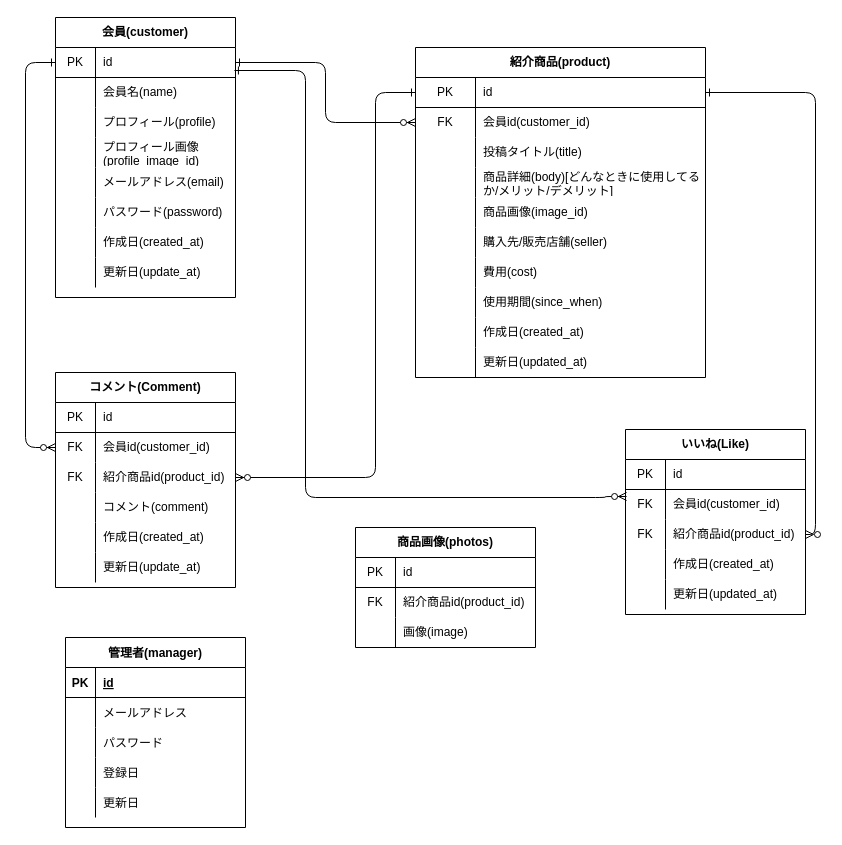
The draw.io diagram 名称未設定ファイル.drawio in couplee/cake, before the edit. Source tidied: cells renumbered, new cells numbered last; positions are measured from the earlier drawing's top-left corner, leaving out a move shared by most shapes. Both pictures are drawn from the tidied source at 100%, with x=0, y=0 at pixel (25, 17).
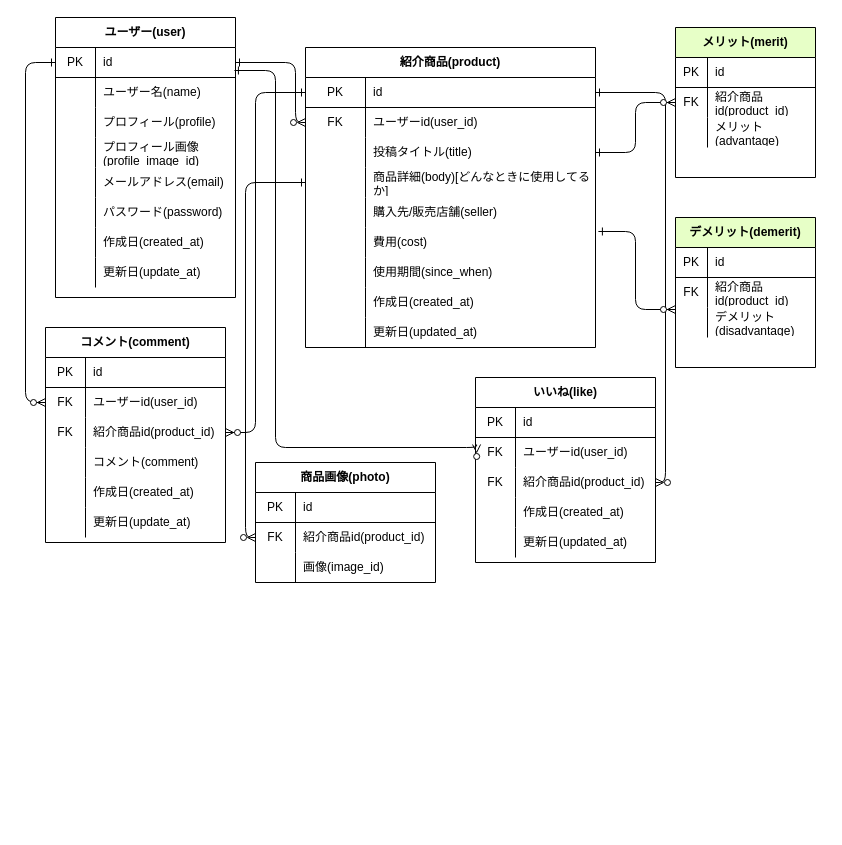
After the change.

Commit message:
名称未設定ファイル.drawio を更新します

The change refers to these unchanged cells:
```xml
<mxCell id="3" style="shape=partialRectangle;html=1;whiteSpace=wrap;fillColor=none;top=0;left=0;bottom=1;right=0;points=[[0,0.5],[1,0.5]];portConstraint=eastwest;" parent="2" vertex="1">
  <mxGeometry y="30" width="180" height="30" as="geometry" />
</mxCell>
<mxCell id="6" style="shape=partialRectangle;html=1;whiteSpace=wrap;fillColor=none;top=0;left=0;bottom=0;right=0;" parent="2" vertex="1">
  <mxGeometry y="60" width="180" height="30" as="geometry" />
</mxCell>
<mxCell id="28" style="shape=partialRectangle;html=1;whiteSpace=wrap;fillColor=none;top=0;left=0;bottom=1;right=0;points=[[0,0.5],[1,0.5]];portConstraint=eastwest;" parent="27" vertex="1">
  <mxGeometry y="30" width="290" height="30" as="geometry" />
</mxCell>
<mxCell id="31" style="shape=partialRectangle;html=1;whiteSpace=wrap;fillColor=none;top=0;left=0;bottom=0;right=0;points=[[0,0.5],[1,0.5]];portConstraint=eastwest;" parent="27" vertex="1">
  <mxGeometry y="60" width="290" height="30" as="geometry" />
</mxCell>
<mxCell id="34" style="shape=partialRectangle;html=1;whiteSpace=wrap;fillColor=none;top=0;left=0;bottom=0;right=0;points=[[0,0.5],[1,0.5]];portConstraint=eastwest;" parent="27" vertex="1">
  <mxGeometry y="90" width="290" height="30" as="geometry" />
</mxCell>
<mxCell id="37" style="shape=partialRectangle;html=1;whiteSpace=wrap;fillColor=none;top=0;left=0;bottom=0;right=0;points=[[0,0.5],[1,0.5]];portConstraint=eastwest;" parent="27" vertex="1">
  <mxGeometry y="120" width="290" height="30" as="geometry" />
</mxCell>
<mxCell id="79" style="shape=partialRectangle;html=1;whiteSpace=wrap;fillColor=none;top=0;left=0;bottom=0;right=0;points=[[0,0.5],[1,0.5]];portConstraint=eastwest;" parent="75" vertex="1">
  <mxGeometry y="60" width="180" height="30" as="geometry" />
</mxCell>
<mxCell id="82" style="shape=partialRectangle;html=1;whiteSpace=wrap;fillColor=none;top=0;left=0;bottom=0;right=0;points=[[0,0.5],[1,0.5]];portConstraint=eastwest;" parent="75" vertex="1">
  <mxGeometry y="90" width="180" height="30" as="geometry" />
</mxCell>
<mxCell id="100" style="shape=partialRectangle;html=1;whiteSpace=wrap;fillColor=none;top=0;left=0;bottom=0;right=0;points=[[0,0.5],[1,0.5]];portConstraint=eastwest;" parent="96" vertex="1">
  <mxGeometry y="60" width="180" height="30" as="geometry" />
</mxCell>
<mxCell id="118" style="shape=partialRectangle;html=1;whiteSpace=wrap;fillColor=none;top=0;left=0;bottom=0;right=0;points=[[0,0.5],[1,0.5]];portConstraint=eastwest;" parent="114" vertex="1">
  <mxGeometry y="60" width="180" height="30" as="geometry" />
</mxCell>
<mxCell id="121" style="shape=partialRectangle;html=1;whiteSpace=wrap;fillColor=none;top=0;left=0;bottom=0;right=0;" parent="114" vertex="1">
  <mxGeometry y="90" width="180" height="30" as="geometry" />
</mxCell>
```

Change to the diagram source:
```diff
@@
-    <mxCell id="2" value="会員(customer)" style="shape=table;html=1;whiteSpace=wrap;startSize=30;childLayout=tableLayout;rowLines=0;fontStyle=1;align=center;" parent="1" vertex="1">
+    <mxCell id="2" value="ユーザー(user)" style="shape=table;html=1;whiteSpace=wrap;startSize=30;childLayout=tableLayout;rowLines=0;fontStyle=1;align=center;" parent="1" vertex="1">
       <mxGeometry x="30" width="180" height="280" as="geometry" />
     </mxCell>
@@
-    <mxCell id="8" value="会員名(name)" style="shape=partialRectangle;html=1;whiteSpace=wrap;fillColor=none;top=0;left=0;bottom=0;right=0;align=left;spacingLeft=6;overflow=hidden;" parent="6" vertex="1">
+    <mxCell id="8" value="ユーザー名(name)" style="shape=partialRectangle;html=1;whiteSpace=wrap;fillColor=none;top=0;left=0;bottom=0;right=0;align=left;spacingLeft=6;overflow=hidden;" parent="6" vertex="1">
       <mxGeometry x="40" width="140" height="30" as="geometry" />
     </mxCell>
@@
     <mxCell id="27" value="紹介商品(product)" style="shape=table;html=1;whiteSpace=wrap;startSize=30;childLayout=tableLayout;rowLines=0;fontStyle=1;align=center;" parent="1" vertex="1">
-      <mxGeometry x="390" y="30" width="290" height="330" as="geometry" />
+      <mxGeometry x="280" y="30" width="290" height="300" as="geometry" />
     </mxCell>
@@
-    <mxCell id="33" value="会員id(customer_id)" style="shape=partialRectangle;html=1;whiteSpace=wrap;fillColor=none;top=0;left=0;bottom=0;right=0;align=left;spacingLeft=6;overflow=hidden;" parent="31" vertex="1">
+    <mxCell id="33" value="ユーザーid(user_id)" style="shape=partialRectangle;html=1;whiteSpace=wrap;fillColor=none;top=0;left=0;bottom=0;right=0;align=left;spacingLeft=6;overflow=hidden;" parent="31" vertex="1">
       <mxGeometry x="60" width="230" height="30" as="geometry" />
     </mxCell>
@@
-    <mxCell id="39" value="商品詳細(body)[どんなときに使用してるか/メリット/デメリット]" style="shape=partialRectangle;html=1;whiteSpace=wrap;fillColor=none;top=0;left=0;bottom=0;right=0;align=left;spacingLeft=6;overflow=hidden;" parent="37" vertex="1">
+    <mxCell id="39" value="商品詳細(body)[どんなときに使用してるか]" style="shape=partialRectangle;html=1;whiteSpace=wrap;fillColor=none;top=0;left=0;bottom=0;right=0;align=left;spacingLeft=6;overflow=hidden;" parent="37" vertex="1">
       <mxGeometry x="60" width="230" height="30" as="geometry" />
     </mxCell>
-    <mxCell id="40" style="shape=partialRectangle;html=1;whiteSpace=wrap;fillColor=none;top=0;left=0;bottom=0;right=0;" parent="27" vertex="1">
-      <mxGeometry y="150" width="290" height="30" as="geometry" />
-    </mxCell>
-    <mxCell id="41" style="shape=partialRectangle;html=1;whiteSpace=wrap;fillColor=none;top=0;left=0;bottom=0;right=0;overflow=hidden;" parent="40" vertex="1">
-      <mxGeometry width="60" height="30" as="geometry" />
-    </mxCell>
-    <mxCell id="42" value="商品画像(image_id)" style="shape=partialRectangle;html=1;whiteSpace=wrap;fillColor=none;top=0;left=0;bottom=0;right=0;align=left;spacingLeft=6;overflow=hidden;" parent="40" vertex="1">
-      <mxGeometry x="60" width="230" height="30" as="geometry" />
-    </mxCell>
     <mxCell id="43" style="shape=partialRectangle;html=1;whiteSpace=wrap;fillColor=none;top=0;left=0;bottom=0;right=0;" parent="27" vertex="1">
-      <mxGeometry y="180" width="290" height="30" as="geometry" />
+      <mxGeometry y="150" width="290" height="30" as="geometry" />
     </mxCell>
@@
     <mxCell id="46" style="shape=partialRectangle;html=1;whiteSpace=wrap;fillColor=none;top=0;left=0;bottom=0;right=0;points=[[0,0.5],[1,0.5]];portConstraint=eastwest;" parent="27" vertex="1">
-      <mxGeometry y="210" width="290" height="30" as="geometry" />
+      <mxGeometry y="180" width="290" height="30" as="geometry" />
     </mxCell>
@@
     <mxCell id="49" style="shape=partialRectangle;html=1;whiteSpace=wrap;fillColor=none;top=0;left=0;bottom=0;right=0;" parent="27" vertex="1">
-      <mxGeometry y="240" width="290" height="30" as="geometry" />
+      <mxGeometry y="210" width="290" height="30" as="geometry" />
     </mxCell>
@@
     <mxCell id="52" style="shape=partialRectangle;html=1;whiteSpace=wrap;fillColor=none;top=0;left=0;bottom=0;right=0;" parent="27" vertex="1">
-      <mxGeometry y="270" width="290" height="30" as="geometry" />
+      <mxGeometry y="240" width="290" height="30" as="geometry" />
     </mxCell>
@@
     <mxCell id="55" style="shape=partialRectangle;html=1;whiteSpace=wrap;fillColor=none;top=0;left=0;bottom=0;right=0;" parent="27" vertex="1">
-      <mxGeometry y="300" width="290" height="30" as="geometry" />
+      <mxGeometry y="270" width="290" height="30" as="geometry" />
     </mxCell>
@@
     <mxCell id="58" style="endArrow=ERzeroToMany;html=1;exitX=1;exitY=0.5;exitDx=0;exitDy=0;edgeStyle=orthogonalEdgeStyle;startArrow=ERone;startFill=0;endFill=1;" parent="1" edge="1" source="3" target="31">
       <mxGeometry relative="1" as="geometry">
         <Array as="points">
-          <mxPoint x="300" y="45" />
-          <mxPoint x="300" y="105" />
+          <mxPoint x="270" y="45" />
+          <mxPoint x="270" y="105" />
         </Array>
       </mxGeometry>
     </mxCell>
-    <mxCell id="59" value="管理者(manager)" style="shape=table;startSize=30;childLayout=tableLayout;rowLines=0;fontStyle=1;align=center;shadow=0;" parent="1" vertex="1">
-      <mxGeometry x="40" y="620" width="180" height="190" as="geometry" />
-    </mxCell>
-    <mxCell id="60" style="shape=partialRectangle;fillColor=none;top=0;left=0;bottom=1;right=0;" parent="59" vertex="1">
-      <mxGeometry y="30" width="180" height="30" as="geometry" />
-    </mxCell>
-    <mxCell id="61" value="PK" style="shape=partialRectangle;fillColor=none;top=0;left=0;bottom=0;right=0;fontStyle=1;overflow=hidden;" parent="60" vertex="1">
-      <mxGeometry width="30" height="30" as="geometry" />
-    </mxCell>
-    <mxCell id="62" value="id" style="shape=partialRectangle;fillColor=none;top=0;left=0;bottom=0;right=0;align=left;spacingLeft=6;fontStyle=5;overflow=hidden;" parent="60" vertex="1">
-      <mxGeometry x="30" width="150" height="30" as="geometry" />
-    </mxCell>
-    <mxCell id="63" style="shape=partialRectangle;fillColor=none;top=0;left=0;bottom=0;right=0;" parent="59" vertex="1">
-      <mxGeometry y="60" width="180" height="30" as="geometry" />
-    </mxCell>
-    <mxCell id="64" style="shape=partialRectangle;fillColor=none;top=0;left=0;bottom=0;right=0;overflow=hidden;" parent="63" vertex="1">
-      <mxGeometry width="30" height="30" as="geometry" />
-    </mxCell>
-    <mxCell id="65" value="メールアドレス" style="shape=partialRectangle;top=0;left=0;bottom=0;right=0;align=left;spacingLeft=6;overflow=hidden;strokeColor=#b85450;fontStyle=0;fillColor=none;" parent="63" vertex="1">
-      <mxGeometry x="30" width="150" height="30" as="geometry" />
-    </mxCell>
-    <mxCell id="66" style="shape=partialRectangle;fillColor=none;top=0;left=0;bottom=0;right=0;" parent="59" vertex="1">
-      <mxGeometry y="90" width="180" height="30" as="geometry" />
-    </mxCell>
-    <mxCell id="67" style="shape=partialRectangle;fillColor=none;top=0;left=0;bottom=0;right=0;overflow=hidden;" parent="66" vertex="1">
-      <mxGeometry width="30" height="30" as="geometry" />
-    </mxCell>
-    <mxCell id="68" value="パスワード" style="shape=partialRectangle;top=0;left=0;bottom=0;right=0;align=left;spacingLeft=6;overflow=hidden;strokeColor=#b85450;fillColor=none;" parent="66" vertex="1">
-      <mxGeometry x="30" width="150" height="30" as="geometry" />
-    </mxCell>
-    <mxCell id="69" style="shape=partialRectangle;fillColor=none;top=0;left=0;bottom=0;right=0;" parent="59" vertex="1">
-      <mxGeometry y="120" width="180" height="30" as="geometry" />
-    </mxCell>
-    <mxCell id="70" style="shape=partialRectangle;fillColor=none;top=0;left=0;bottom=0;right=0;overflow=hidden;" parent="69" vertex="1">
-      <mxGeometry width="30" height="30" as="geometry" />
-    </mxCell>
-    <mxCell id="71" value="登録日" style="shape=partialRectangle;fillColor=none;top=0;left=0;bottom=0;right=0;align=left;spacingLeft=6;overflow=hidden;" parent="69" vertex="1">
-      <mxGeometry x="30" width="150" height="30" as="geometry" />
-    </mxCell>
-    <mxCell id="72" style="shape=partialRectangle;fillColor=none;top=0;left=0;bottom=0;right=0;" parent="59" vertex="1">
-      <mxGeometry y="150" width="180" height="30" as="geometry" />
-    </mxCell>
-    <mxCell id="73" style="shape=partialRectangle;fillColor=none;top=0;left=0;bottom=0;right=0;overflow=hidden;" parent="72" vertex="1">
-      <mxGeometry width="30" height="30" as="geometry" />
-    </mxCell>
-    <mxCell id="74" value="更新日" style="shape=partialRectangle;fillColor=none;top=0;left=0;bottom=0;right=0;align=left;spacingLeft=6;overflow=hidden;" parent="72" vertex="1">
-      <mxGeometry x="30" width="150" height="30" as="geometry" />
-    </mxCell>
-    <mxCell id="75" value="コメント(Comment)" style="shape=table;html=1;whiteSpace=wrap;startSize=30;childLayout=tableLayout;rowLines=0;fontStyle=1;align=center;" parent="1" vertex="1">
-      <mxGeometry x="30" y="355" width="180" height="215" as="geometry" />
+    <mxCell id="75" value="コメント(comment)" style="shape=table;html=1;whiteSpace=wrap;startSize=30;childLayout=tableLayout;rowLines=0;fontStyle=1;align=center;" parent="1" vertex="1">
+      <mxGeometry x="20" y="310" width="180" height="215" as="geometry" />
     </mxCell>
@@
-    <mxCell id="81" value="会員id(customer_id)" style="shape=partialRectangle;html=1;whiteSpace=wrap;fillColor=none;top=0;left=0;bottom=0;right=0;align=left;spacingLeft=6;overflow=hidden;" parent="79" vertex="1">
+    <mxCell id="81" value="ユーザーid(user_id)" style="shape=partialRectangle;html=1;whiteSpace=wrap;fillColor=none;top=0;left=0;bottom=0;right=0;align=left;spacingLeft=6;overflow=hidden;" parent="79" vertex="1">
       <mxGeometry x="40" width="140" height="30" as="geometry" />
     </mxCell>
@@
     <mxCell id="94" style="endArrow=ERzeroToMany;html=1;entryX=0;entryY=0.5;entryDx=0;entryDy=0;edgeStyle=orthogonalEdgeStyle;startArrow=ERone;startFill=0;endFill=1;exitX=0;exitY=0.5;exitDx=0;exitDy=0;" parent="1" edge="1" source="3" target="79">
       <mxGeometry relative="1" as="geometry">
         <Array as="points">
           <mxPoint y="45" />
-          <mxPoint y="430" />
+          <mxPoint y="385" />
         </Array>
       </mxGeometry>
     </mxCell>
     <mxCell id="95" style="endArrow=ERzeroToMany;html=1;exitX=0;exitY=0.5;exitDx=0;exitDy=0;entryX=1;entryY=0.5;entryDx=0;entryDy=0;edgeStyle=orthogonalEdgeStyle;startArrow=ERone;startFill=0;endFill=1;" parent="1" edge="1" source="28" target="82">
       <mxGeometry relative="1" as="geometry">
         <Array as="points">
-          <mxPoint x="350" y="75" />
-          <mxPoint x="350" y="460" />
+          <mxPoint x="230" y="75" />
+          <mxPoint x="230" y="415" />
         </Array>
       </mxGeometry>
     </mxCell>
-    <mxCell id="96" value="いいね(Like)" style="shape=table;html=1;whiteSpace=wrap;startSize=30;childLayout=tableLayout;rowLines=0;fontStyle=1;align=center;" parent="1" vertex="1">
-      <mxGeometry x="600" y="412" width="180" height="185" as="geometry" />
+    <mxCell id="96" value="いいね(like)" style="shape=table;html=1;whiteSpace=wrap;startSize=30;childLayout=tableLayout;rowLines=0;fontStyle=1;align=center;" parent="1" vertex="1">
+      <mxGeometry x="450" y="360" width="180" height="185" as="geometry" />
     </mxCell>
@@
-    <mxCell id="102" value="会員id(customer_id)" style="shape=partialRectangle;html=1;whiteSpace=wrap;fillColor=none;top=0;left=0;bottom=0;right=0;align=left;spacingLeft=6;overflow=hidden;" parent="100" vertex="1">
+    <mxCell id="102" value="ユーザーid(user_id)" style="shape=partialRectangle;html=1;whiteSpace=wrap;fillColor=none;top=0;left=0;bottom=0;right=0;align=left;spacingLeft=6;overflow=hidden;" parent="100" vertex="1">
       <mxGeometry x="40" width="140" height="30" as="geometry" />
     </mxCell>
@@
     <mxCell id="112" style="endArrow=ERzeroToMany;html=1;exitX=0.994;exitY=0.767;exitDx=0;exitDy=0;exitPerimeter=0;edgeStyle=orthogonalEdgeStyle;startArrow=ERone;startFill=0;endFill=1;entryX=0.006;entryY=0.233;entryDx=0;entryDy=0;entryPerimeter=0;" parent="1" edge="1" source="3" target="100">
       <mxGeometry relative="1" as="geometry">
         <Array as="points">
-          <mxPoint x="280" y="53" />
-          <mxPoint x="280" y="480" />
-          <mxPoint x="580" y="480" />
-          <mxPoint x="580" y="479" />
+          <mxPoint x="250" y="53" />
+          <mxPoint x="250" y="430" />
+          <mxPoint x="451" y="430" />
         </Array>
       </mxGeometry>
     </mxCell>
@@
-    <mxCell id="114" value="商品画像(photos)" style="shape=table;html=1;whiteSpace=wrap;startSize=30;childLayout=tableLayout;rowLines=0;fontStyle=1;align=center;" parent="1" vertex="1">
-      <mxGeometry x="330" y="510" width="180" height="120" as="geometry" />
+    <mxCell id="114" value="商品画像(photo)" style="shape=table;html=1;whiteSpace=wrap;startSize=30;childLayout=tableLayout;rowLines=0;fontStyle=1;align=center;" parent="1" vertex="1">
+      <mxGeometry x="230" y="445" width="180" height="120" as="geometry" />
     </mxCell>
@@
-    <mxCell id="123" value="画像(image)" style="shape=partialRectangle;html=1;whiteSpace=wrap;fillColor=none;top=0;left=0;bottom=0;right=0;align=left;spacingLeft=6;overflow=hidden;" parent="121" vertex="1">
+    <mxCell id="123" value="画像(image_id)" style="shape=partialRectangle;html=1;whiteSpace=wrap;fillColor=none;top=0;left=0;bottom=0;right=0;align=left;spacingLeft=6;overflow=hidden;" parent="121" vertex="1">
       <mxGeometry x="40" width="140" height="30" as="geometry" />
     </mxCell>
+    <mxCell id="124" style="endArrow=ERzeroToMany;html=1;exitX=0;exitY=0.5;exitDx=0;exitDy=0;entryX=0;entryY=0.5;entryDx=0;entryDy=0;edgeStyle=orthogonalEdgeStyle;startArrow=ERone;startFill=0;endFill=1;" parent="1" edge="1" source="37" target="118">
+      <mxGeometry relative="1" as="geometry" />
+    </mxCell>
+    <mxCell id="125" value="メリット(merit)" style="shape=table;html=1;whiteSpace=wrap;startSize=30;childLayout=tableLayout;rowLines=0;fontStyle=1;align=center;fillColor=#E7FFC7;" parent="1" vertex="1">
+      <mxGeometry x="650" y="10" width="140" height="150" as="geometry" />
+    </mxCell>
+    <mxCell id="126" style="shape=partialRectangle;html=1;whiteSpace=wrap;fillColor=none;top=0;left=0;bottom=1;right=0;" parent="125" vertex="1">
+      <mxGeometry y="30" width="140" height="30" as="geometry" />
+    </mxCell>
+    <mxCell id="127" value="PK" style="shape=partialRectangle;html=1;whiteSpace=wrap;fillColor=none;top=0;left=0;bottom=0;right=0;overflow=hidden;" parent="126" vertex="1">
+      <mxGeometry width="32" height="30" as="geometry" />
+    </mxCell>
+    <mxCell id="128" value="id" style="shape=partialRectangle;html=1;whiteSpace=wrap;fillColor=none;top=0;left=0;bottom=0;right=0;align=left;spacingLeft=6;overflow=hidden;" parent="126" vertex="1">
+      <mxGeometry x="32" width="108" height="30" as="geometry" />
+    </mxCell>
+    <mxCell id="129" style="shape=partialRectangle;html=1;whiteSpace=wrap;fillColor=none;top=0;left=0;bottom=0;right=0;points=[[0,0.5],[1,0.5]];portConstraint=eastwest;" parent="125" vertex="1">
+      <mxGeometry y="60" width="140" height="30" as="geometry" />
+    </mxCell>
+    <mxCell id="130" value="FK" style="shape=partialRectangle;html=1;whiteSpace=wrap;fillColor=none;top=0;left=0;bottom=0;right=0;overflow=hidden;" parent="129" vertex="1">
+      <mxGeometry width="32" height="30" as="geometry" />
+    </mxCell>
+    <mxCell id="131" value="紹介商品id(product_id)" style="shape=partialRectangle;html=1;whiteSpace=wrap;fillColor=none;top=0;left=0;bottom=0;right=0;align=left;spacingLeft=6;overflow=hidden;" parent="129" vertex="1">
+      <mxGeometry x="32" width="108" height="30" as="geometry" />
+    </mxCell>
+    <mxCell id="132" style="shape=partialRectangle;html=1;whiteSpace=wrap;fillColor=none;top=0;left=0;bottom=0;right=0;" parent="125" vertex="1">
+      <mxGeometry y="90" width="140" height="30" as="geometry" />
+    </mxCell>
+    <mxCell id="133" style="shape=partialRectangle;html=1;whiteSpace=wrap;fillColor=none;top=0;left=0;bottom=0;right=0;overflow=hidden;" parent="132" vertex="1">
+      <mxGeometry width="32" height="30" as="geometry" />
+    </mxCell>
+    <mxCell id="134" value="メリット(advantage)" style="shape=partialRectangle;html=1;whiteSpace=wrap;fillColor=none;top=0;left=0;bottom=0;right=0;align=left;spacingLeft=6;overflow=hidden;" parent="132" vertex="1">
+      <mxGeometry x="32" width="108" height="30" as="geometry" />
+    </mxCell>
+    <mxCell id="135" value="デメリット(demerit)" style="shape=table;html=1;whiteSpace=wrap;startSize=30;childLayout=tableLayout;rowLines=0;fontStyle=1;align=center;fillColor=#E7FFC7;" parent="1" vertex="1">
+      <mxGeometry x="650" y="200" width="140" height="150" as="geometry" />
+    </mxCell>
+    <mxCell id="136" style="shape=partialRectangle;html=1;whiteSpace=wrap;fillColor=none;top=0;left=0;bottom=1;right=0;" parent="135" vertex="1">
+      <mxGeometry y="30" width="140" height="30" as="geometry" />
+    </mxCell>
+    <mxCell id="137" value="PK" style="shape=partialRectangle;html=1;whiteSpace=wrap;fillColor=none;top=0;left=0;bottom=0;right=0;overflow=hidden;" parent="136" vertex="1">
+      <mxGeometry width="32" height="30" as="geometry" />
+    </mxCell>
+    <mxCell id="138" value="id" style="shape=partialRectangle;html=1;whiteSpace=wrap;fillColor=none;top=0;left=0;bottom=0;right=0;align=left;spacingLeft=6;overflow=hidden;" parent="136" vertex="1">
+      <mxGeometry x="32" width="108" height="30" as="geometry" />
+    </mxCell>
+    <mxCell id="139" style="shape=partialRectangle;html=1;whiteSpace=wrap;fillColor=none;top=0;left=0;bottom=0;right=0;" parent="135" vertex="1">
+      <mxGeometry y="60" width="140" height="30" as="geometry" />
+    </mxCell>
+    <mxCell id="140" value="FK" style="shape=partialRectangle;html=1;whiteSpace=wrap;fillColor=none;top=0;left=0;bottom=0;right=0;overflow=hidden;" parent="139" vertex="1">
+      <mxGeometry width="32" height="30" as="geometry" />
+    </mxCell>
+    <mxCell id="141" value="紹介商品id(product_id)" style="shape=partialRectangle;html=1;whiteSpace=wrap;fillColor=none;top=0;left=0;bottom=0;right=0;align=left;spacingLeft=6;overflow=hidden;" parent="139" vertex="1">
+      <mxGeometry x="32" width="108" height="30" as="geometry" />
+    </mxCell>
+    <mxCell id="142" style="shape=partialRectangle;html=1;whiteSpace=wrap;fillColor=none;top=0;left=0;bottom=0;right=0;points=[[0,0.5],[1,0.5]];portConstraint=eastwest;" parent="135" vertex="1">
+      <mxGeometry y="90" width="140" height="30" as="geometry" />
+    </mxCell>
+    <mxCell id="143" style="shape=partialRectangle;html=1;whiteSpace=wrap;fillColor=none;top=0;left=0;bottom=0;right=0;overflow=hidden;" parent="142" vertex="1">
+      <mxGeometry width="32" height="30" as="geometry" />
+    </mxCell>
+    <mxCell id="144" value="デメリット(disadvantage)" style="shape=partialRectangle;html=1;whiteSpace=wrap;fillColor=none;top=0;left=0;bottom=0;right=0;align=left;spacingLeft=6;overflow=hidden;" parent="142" vertex="1">
+      <mxGeometry x="32" width="108" height="30" as="geometry" />
+    </mxCell>
+    <mxCell id="145" style="endArrow=ERzeroToMany;html=1;entryX=0;entryY=0.5;entryDx=0;entryDy=0;exitX=1;exitY=0.5;exitDx=0;exitDy=0;startArrow=ERone;startFill=0;endFill=1;edgeStyle=orthogonalEdgeStyle;" parent="1" edge="1" source="34" target="129">
+      <mxGeometry relative="1" as="geometry" />
+    </mxCell>
+    <mxCell id="146" style="endArrow=ERzeroToMany;html=1;entryX=0;entryY=0.067;entryDx=0;entryDy=0;entryPerimeter=0;exitX=1.01;exitY=0.133;exitDx=0;exitDy=0;exitPerimeter=0;startArrow=ERone;startFill=0;endFill=1;edgeStyle=orthogonalEdgeStyle;" parent="1" edge="1" source="46" target="142">
+      <mxGeometry relative="1" as="geometry" />
+    </mxCell>
```
